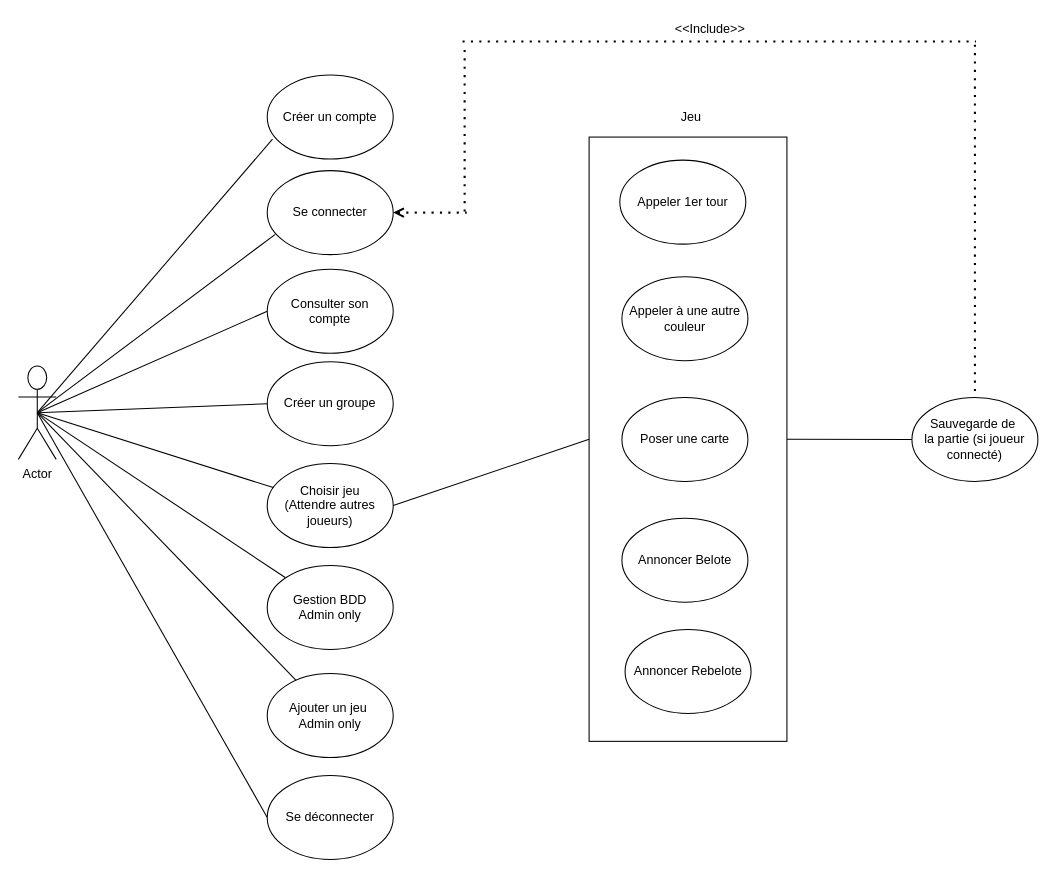
Earlier version of the draw.io diagram Diagrams/UsageDiagram.drawio (MailineN/ProjetInfo2A). Source tidied: cells renumbered, new cells numbered last; positions are measured from the earlier drawing's top-left corner, leaving out a move shared by most shapes. Both pictures are drawn from the tidied source at 105%, with x=0, y=0 at pixel (18, 18).
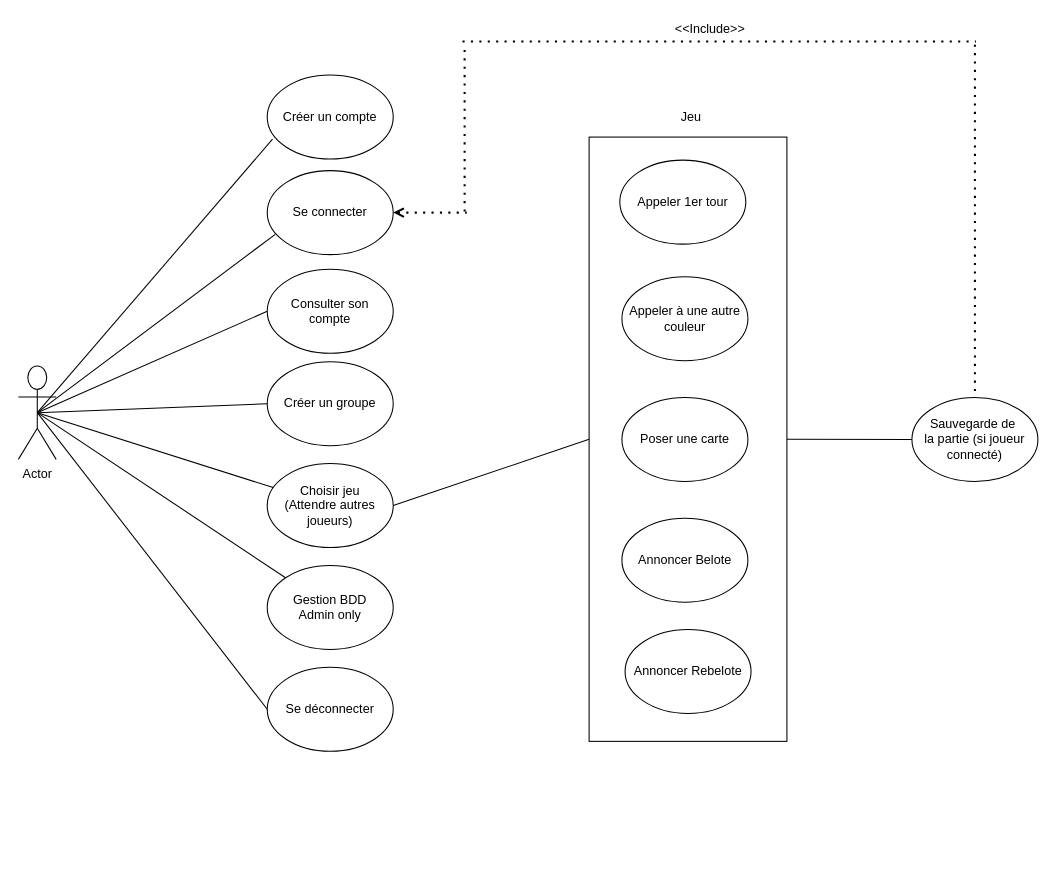
Above is the later version.

The change refers to these unchanged cells:
```xml
<mxCell id="33" value="Actor" style="shape=umlActor;verticalLabelPosition=bottom;verticalAlign=top;html=1;outlineConnect=0;" parent="1" vertex="1">
  <mxGeometry y="331" width="36" height="89" as="geometry" />
</mxCell>
```

Change to the diagram source:
```diff
@@
-    <mxCell id="6" value="Ajouter un jeu&amp;nbsp;&lt;br&gt;Admin only" style="ellipse;whiteSpace=wrap;html=1;" parent="1" vertex="1">
-      <mxGeometry x="237" y="624" width="120" height="80" as="geometry" />
-    </mxCell>
@@
-    <mxCell id="10" style="endArrow=none;html=1;exitX=0.5;exitY=0.5;exitDx=0;exitDy=0;exitPerimeter=0;" parent="1" edge="1" source="33" target="6">
-      <mxGeometry relative="1" as="geometry" />
-    </mxCell>
@@
     <mxCell id="21" value="Se déconnecter" style="ellipse;whiteSpace=wrap;html=1;" parent="1" vertex="1">
-      <mxGeometry x="237" y="721" width="120" height="80" as="geometry" />
+      <mxGeometry x="237" y="618" width="120" height="80" as="geometry" />
     </mxCell>
```
